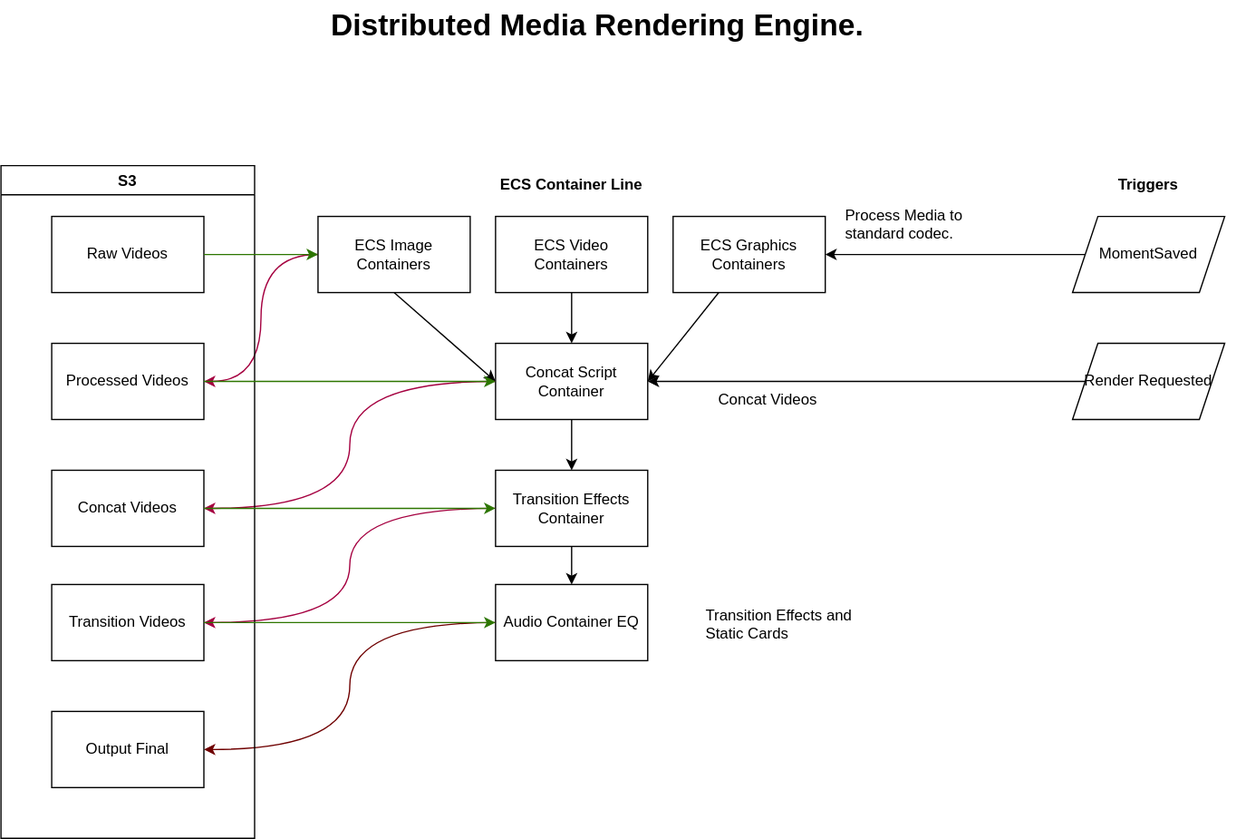
Above: environments/ECS Set-ups/ECSContainerizationPlan.drawio.svg in esigval/entwyne-backend (draw.io), before the change. Source tidied: cells renumbered, new cells last; positions are measured from the earlier drawing's top-left corner, leaving out a move shared by most shapes.
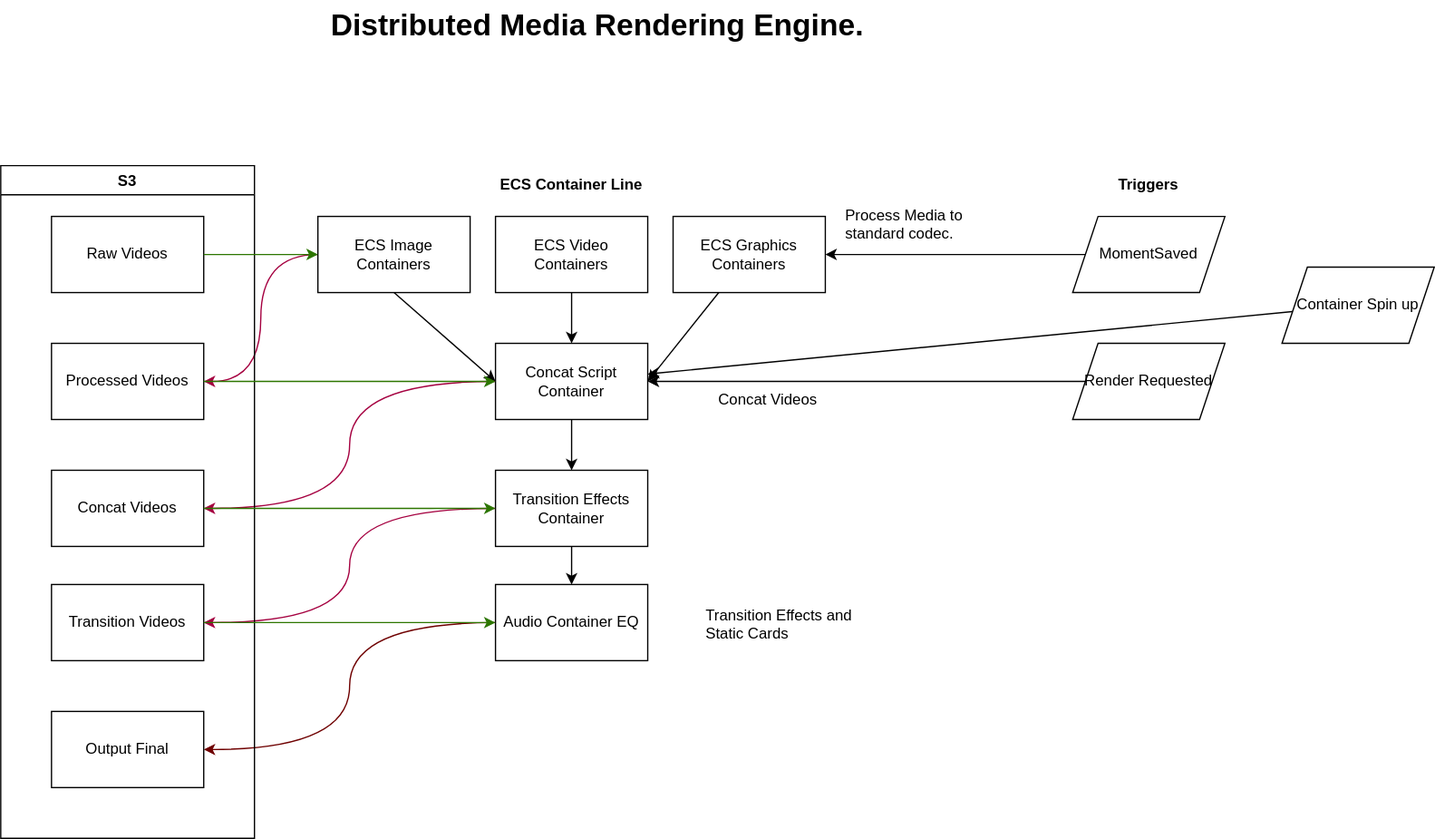
After the change.

Change to the diagram source:
```diff
@@ -107,5 +107,11 @@
     <mxCell id="36" value="Render Requested" style="shape=parallelogram;perimeter=parallelogramPerimeter;whiteSpace=wrap;html=1;fixedSize=1;" parent="1" vertex="1">
       <mxGeometry x="845" y="270" width="120" height="60" as="geometry" />
     </mxCell>
+    <mxCell id="37" style="edgeStyle=none;html=1;" parent="1" edge="1" source="38" target="11">
+      <mxGeometry relative="1" as="geometry" />
+    </mxCell>
+    <mxCell id="38" value="Container Spin up" style="shape=parallelogram;perimeter=parallelogramPerimeter;whiteSpace=wrap;html=1;fixedSize=1;" parent="1" vertex="1">
+      <mxGeometry x="1010" y="210" width="120" height="60" as="geometry" />
+    </mxCell>
   </root>
 </mxGraphModel>
```
